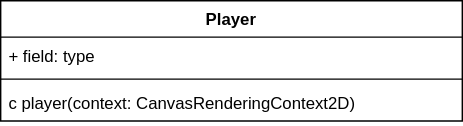
The draw.io diagram uml/uml.svg in Jim8Knopf/jkons-invader, before a commit. Source tidied: cells renumbered, new cells last; positions are measured from the earlier drawing's top-left corner, leaving out a move shared by most shapes. Source of this version:
```xml
<mxGraphModel>
  <root>
    <mxCell id="0" />
    <mxCell id="1" parent="0" />
    <mxCell id="2" value="Player" style="swimlane;fontStyle=1;align=center;verticalAlign=top;horizontal=1;startSize=26;" parent="1" vertex="1">
      <mxGeometry width="330" height="86" as="geometry" />
    </mxCell>
    <mxCell id="3" value="+ field: type" style="text;strokeColor=none;fillColor=none;align=left;verticalAlign=top;spacingLeft=4;spacingRight=4;overflow=hidden;" parent="2" vertex="1">
      <mxGeometry y="26" width="330" height="26" as="geometry" />
    </mxCell>
    <mxCell id="4" style="line;strokeWidth=1;fillColor=none;align=left;verticalAlign=middle;spacingTop=-1;spacingLeft=3;spacingRight=3;labelPosition=right;" parent="2" vertex="1">
      <mxGeometry y="52" width="330" height="8" as="geometry" />
    </mxCell>
    <mxCell id="5" value="c player(context: CanvasRenderingContext2D)" style="text;strokeColor=none;fillColor=none;align=left;verticalAlign=top;spacingLeft=4;spacingRight=4;overflow=hidden;" parent="2" vertex="1">
      <mxGeometry y="60" width="330" height="26" as="geometry" />
    </mxCell>
  </root>
</mxGraphModel>
```
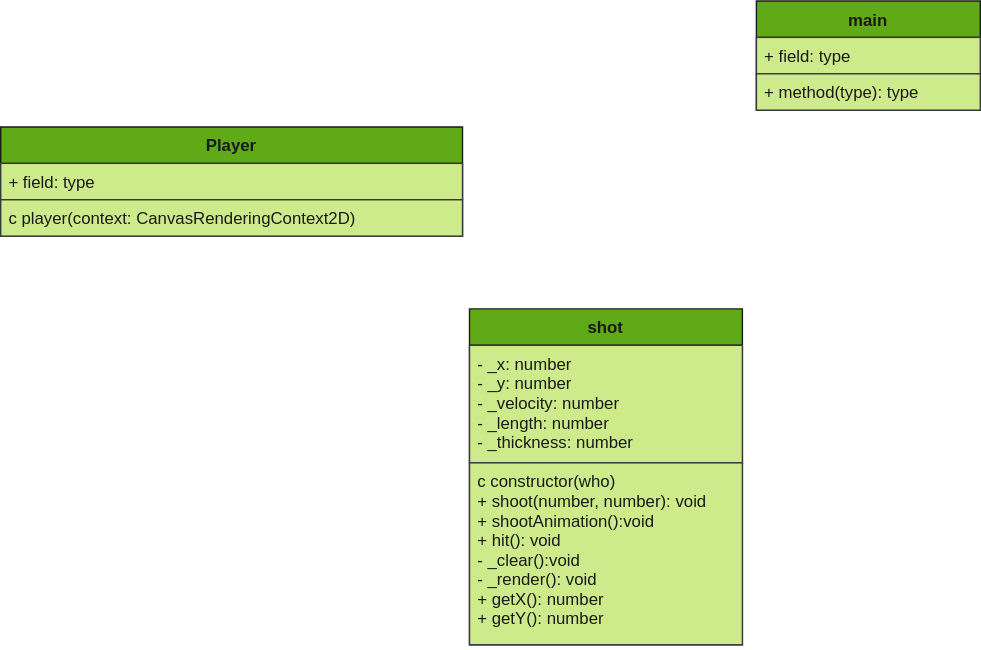
Above is the later version.

Commit message:
add shot class to uml diagram

Diff of the diagram source:
```diff
@@ -2,17 +2,32 @@
   <root>
     <mxCell id="0" />
     <mxCell id="1" parent="0" />
-    <mxCell id="2" value="Player" style="swimlane;fontStyle=1;align=center;verticalAlign=top;horizontal=1;startSize=26;" parent="1" vertex="1">
-      <mxGeometry width="330" height="86" as="geometry" />
+    <mxCell id="2" value="Player" style="swimlane;fontStyle=1;align=center;verticalAlign=top;horizontal=1;startSize=26;rounded=0;shadow=0;fontColor=#1A1A1A;strokeColor=#1A1A1A;fillColor=#60a917;swimlaneFillColor=#CDEB8B;glass=0;sketch=0;" parent="1" vertex="1">
+      <mxGeometry width="330" height="78" as="geometry" />
     </mxCell>
-    <mxCell id="3" value="+ field: type" style="text;strokeColor=none;fillColor=none;align=left;verticalAlign=top;spacingLeft=4;spacingRight=4;overflow=hidden;" parent="2" vertex="1">
+    <mxCell id="3" value="+ field: type" style="text;strokeColor=#36393d;fillColor=#CDEB8B;align=left;verticalAlign=top;spacingLeft=4;spacingRight=4;overflow=hidden;fontColor=#1A1A1A;" parent="2" vertex="1">
       <mxGeometry y="26" width="330" height="26" as="geometry" />
     </mxCell>
-    <mxCell id="4" style="line;strokeWidth=1;fillColor=none;align=left;verticalAlign=middle;spacingTop=-1;spacingLeft=3;spacingRight=3;labelPosition=right;" parent="2" vertex="1">
-      <mxGeometry y="52" width="330" height="8" as="geometry" />
-    </mxCell>
-    <mxCell id="5" value="c player(context: CanvasRenderingContext2D)" style="text;strokeColor=none;fillColor=none;align=left;verticalAlign=top;spacingLeft=4;spacingRight=4;overflow=hidden;" parent="2" vertex="1">
-      <mxGeometry y="60" width="330" height="26" as="geometry" />
+    <mxCell id="5" value="c player(context: CanvasRenderingContext2D)" style="text;strokeColor=#36393d;fillColor=#CDEB8B;align=left;verticalAlign=top;spacingLeft=4;spacingRight=4;overflow=hidden;fontColor=#1A1A1A;" parent="2" vertex="1">
+      <mxGeometry y="52" width="330" height="26" as="geometry" />
     </mxCell>
+    <mxCell id="6" value="main" style="swimlane;fontStyle=1;align=center;verticalAlign=top;horizontal=1;startSize=26;fillColor=#60a917;rounded=0;glass=0;shadow=0;sketch=0;labelBackgroundColor=none;fontColor=#1A1A1A;swimlaneFillColor=#CDEB8B;strokeColor=#1A1A1A;" parent="1" vertex="1">
+      <mxGeometry x="540" y="-90" width="160" height="78" as="geometry" />
+    </mxCell>
+    <mxCell id="7" value="+ field: type" style="text;strokeColor=#36393d;align=left;verticalAlign=top;spacingLeft=4;spacingRight=4;overflow=hidden;fontColor=#1A1A1A;fillColor=#CDEB8B;" parent="6" vertex="1">
+      <mxGeometry y="26" width="160" height="26" as="geometry" />
+    </mxCell>
+    <mxCell id="8" value="+ method(type): type" style="text;strokeColor=#36393d;fillColor=#cdeb8b;align=left;verticalAlign=top;spacingLeft=4;spacingRight=4;overflow=hidden;fontColor=#1A1A1A;" parent="6" vertex="1">
+      <mxGeometry y="52" width="160" height="26" as="geometry" />
+    </mxCell>
+    <mxCell id="9" value="shot" style="swimlane;fontStyle=1;align=center;verticalAlign=top;horizontal=1;startSize=26;fillColor=#60a917;rounded=0;glass=0;shadow=0;sketch=0;labelBackgroundColor=none;fontColor=#1A1A1A;swimlaneFillColor=#CDEB8B;strokeColor=#1A1A1A;noLabel=0;" parent="1" vertex="1">
+      <mxGeometry x="335" y="130" width="195" height="240" as="geometry" />
+    </mxCell>
+    <mxCell id="10" value="- _x: number&#10;- _y: number&#10;- _velocity: number&#10;- _length: number&#10;- _thickness: number" style="text;strokeColor=#36393d;align=left;verticalAlign=top;spacingLeft=4;spacingRight=4;overflow=hidden;fontColor=#1A1A1A;fillColor=#CDEB8B;noLabel=0;absoluteArcSize=0;backgroundOutline=0;" parent="9" vertex="1">
+      <mxGeometry y="26" width="195" height="84" as="geometry" />
+    </mxCell>
+    <mxCell id="11" value="c constructor(who)&#10;+ shoot(number, number): void&#10;+ shootAnimation():void&#10;+ hit(): void&#10;- _clear():void&#10;- _render(): void&#10;+ getX(): number&#10;+ getY(): number&#10;" style="text;strokeColor=#36393d;fillColor=#cdeb8b;align=left;verticalAlign=top;spacingLeft=4;spacingRight=4;overflow=hidden;fontColor=#1A1A1A;" parent="9" vertex="1">
+      <mxGeometry y="110" width="195" height="130" as="geometry" />
+    </mxCell>
   </root>
 </mxGraphModel>
```
